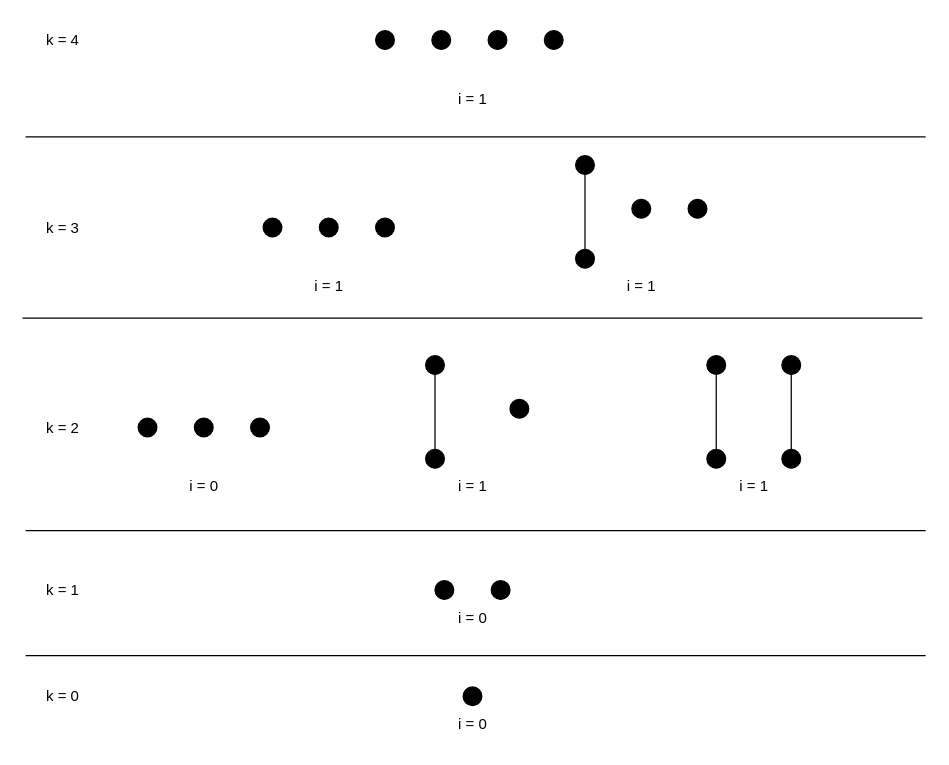
Above: tex/article/figures/backward-searchtree.drawio in JGDoerrer/selection_generator (draw.io), before the change. Source tidied: cells renumbered, new cells numbered last; positions are measured from the earlier drawing's top-left corner, leaving out a move shared by most shapes. Both pictures are drawn from the tidied source at 125%, with x=0, y=0 at pixel (21, 20).
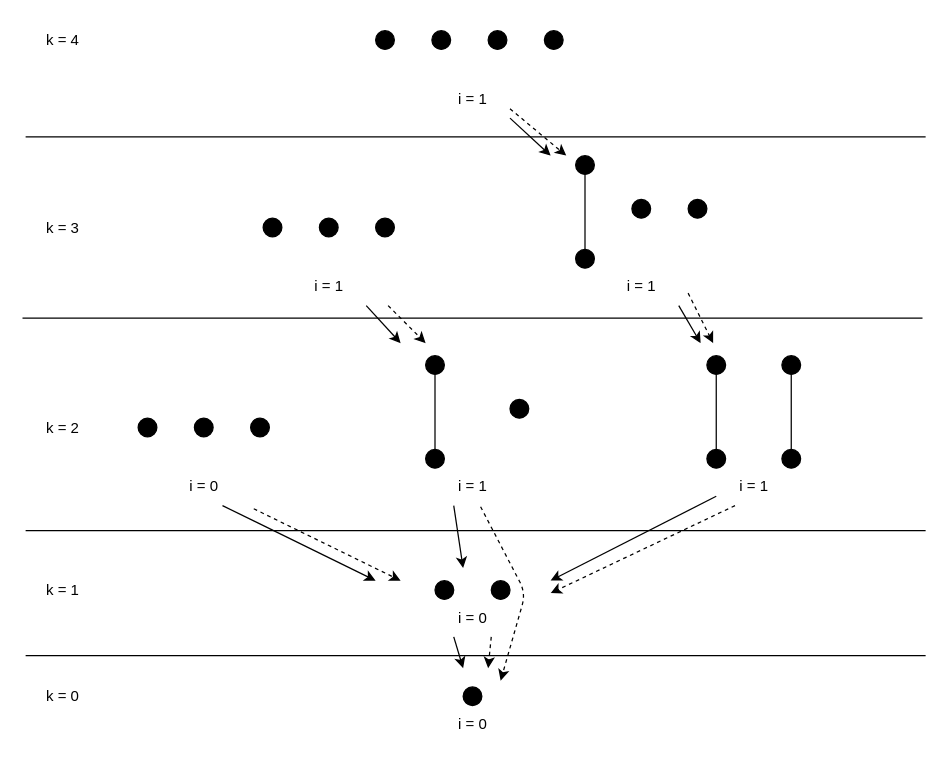
The same page after the edit.

Commit message (it also covers changes not shown here):
add algorithm-generation for backward-search

The change refers to these unchanged cells:
```xml
<mxCell id="5" value="i = 0" style="text;html=1;align=center;verticalAlign=middle;whiteSpace=wrap;rounded=0;strokeColor=none;" parent="1" vertex="1">
  <mxGeometry x="330.5" y="463" width="60" height="30" as="geometry" />
</mxCell>
<mxCell id="12" value="i = 0" style="text;html=1;align=center;verticalAlign=middle;whiteSpace=wrap;rounded=0;strokeColor=none;" parent="1" vertex="1">
  <mxGeometry x="115.5" y="358" width="60" height="30" as="geometry" />
</mxCell>
<mxCell id="15" value="i = 1" style="text;html=1;align=center;verticalAlign=middle;whiteSpace=wrap;rounded=0;strokeColor=none;" parent="1" vertex="1">
  <mxGeometry x="330.5" y="358" width="60" height="30" as="geometry" />
</mxCell>
<mxCell id="18" value="i = 1" style="text;html=1;align=center;verticalAlign=middle;whiteSpace=wrap;rounded=0;strokeColor=none;" parent="1" vertex="1">
  <mxGeometry x="555.5" y="358" width="60" height="30" as="geometry" />
</mxCell>
<mxCell id="30" value="i = 1" style="text;html=1;align=center;verticalAlign=middle;whiteSpace=wrap;rounded=0;strokeColor=none;" parent="1" vertex="1">
  <mxGeometry x="215.5" y="198" width="60" height="30" as="geometry" />
</mxCell>
<mxCell id="34" value="i = 1" style="text;html=1;align=center;verticalAlign=middle;whiteSpace=wrap;rounded=0;strokeColor=none;" parent="1" vertex="1">
  <mxGeometry x="465.5" y="198" width="60" height="30" as="geometry" />
</mxCell>
<mxCell id="40" value="i = 1" style="text;html=1;align=center;verticalAlign=middle;whiteSpace=wrap;rounded=0;strokeColor=none;" parent="1" vertex="1">
  <mxGeometry x="330.5" y="48" width="60" height="30" as="geometry" />
</mxCell>
```

Diff of the diagram source:
```diff
@@
+    <mxCell id="47" style="endArrow=classic;html=1;exitX=1;exitY=1;exitDx=0;exitDy=0;" parent="1" edge="1" source="40">
+      <mxGeometry relative="1" as="geometry">
+        <mxPoint x="423" y="108" as="targetPoint" />
+      </mxGeometry>
+    </mxCell>
+    <mxCell id="48" style="endArrow=classic;html=1;exitX=1;exitY=1;exitDx=0;exitDy=0;" parent="1" edge="1" source="30">
+      <mxGeometry relative="1" as="geometry">
+        <mxPoint x="303" y="258" as="targetPoint" />
+      </mxGeometry>
+    </mxCell>
+    <mxCell id="49" style="endArrow=classic;html=1;exitX=1;exitY=1;exitDx=0;exitDy=0;" parent="1" edge="1" source="34">
+      <mxGeometry relative="1" as="geometry">
+        <mxPoint x="543" y="258" as="targetPoint" />
+      </mxGeometry>
+    </mxCell>
+    <mxCell id="50" style="endArrow=classic;html=1;exitX=0.75;exitY=1;exitDx=0;exitDy=0;" parent="1" edge="1" source="12">
+      <mxGeometry relative="1" as="geometry">
+        <mxPoint x="283" y="448" as="targetPoint" />
+      </mxGeometry>
+    </mxCell>
+    <mxCell id="51" style="endArrow=classic;html=1;exitX=0.25;exitY=1;exitDx=0;exitDy=0;" parent="1" edge="1" source="15">
+      <mxGeometry relative="1" as="geometry">
+        <mxPoint x="353" y="438" as="targetPoint" />
+      </mxGeometry>
+    </mxCell>
+    <mxCell id="52" style="endArrow=classic;html=1;exitX=0;exitY=0.75;exitDx=0;exitDy=0;" parent="1" edge="1" source="18">
+      <mxGeometry relative="1" as="geometry">
+        <mxPoint x="423" y="448" as="targetPoint" />
+      </mxGeometry>
+    </mxCell>
+    <mxCell id="53" style="endArrow=classic;html=1;exitX=0.25;exitY=1;exitDx=0;exitDy=0;" parent="1" edge="1" source="5">
+      <mxGeometry relative="1" as="geometry">
+        <mxPoint x="353" y="518" as="targetPoint" />
+      </mxGeometry>
+    </mxCell>
+    <mxCell id="54" style="endArrow=classic;html=1;dashed=1;exitX=0.75;exitY=1;exitDx=0;exitDy=0;" parent="1" edge="1" source="5">
+      <mxGeometry relative="1" as="geometry">
+        <mxPoint x="373" y="518" as="targetPoint" />
+      </mxGeometry>
+    </mxCell>
+    <mxCell id="55" style="endArrow=classic;html=1;dashed=1;exitX=0.608;exitY=1.029;exitDx=0;exitDy=0;exitPerimeter=0;" parent="1" edge="1" source="15">
+      <mxGeometry relative="1" as="geometry">
+        <mxPoint x="383" y="528" as="targetPoint" />
+        <Array as="points">
+          <mxPoint x="403" y="458" />
+        </Array>
+      </mxGeometry>
+    </mxCell>
+    <mxCell id="56" style="endArrow=classic;html=1;dashed=1;exitX=1;exitY=0.75;exitDx=0;exitDy=0;" parent="1" edge="1">
+      <mxGeometry relative="1" as="geometry">
+        <mxPoint x="185.5" y="390.5" as="sourcePoint" />
+        <mxPoint x="303" y="448" as="targetPoint" />
+      </mxGeometry>
+    </mxCell>
+    <mxCell id="57" style="endArrow=classic;html=1;dashed=1;exitX=0.25;exitY=1;exitDx=0;exitDy=0;" parent="1" edge="1" source="18">
+      <mxGeometry relative="1" as="geometry">
+        <mxPoint x="423" y="458" as="targetPoint" />
+      </mxGeometry>
+    </mxCell>
+    <mxCell id="58" style="endArrow=classic;html=1;dashed=1;" parent="1" edge="1">
+      <mxGeometry relative="1" as="geometry">
+        <mxPoint x="533" y="218" as="sourcePoint" />
+        <mxPoint x="553" y="258" as="targetPoint" />
+      </mxGeometry>
+    </mxCell>
+    <mxCell id="59" style="endArrow=classic;html=1;dashed=1;" parent="1" edge="1">
+      <mxGeometry relative="1" as="geometry">
+        <mxPoint x="293" y="228" as="sourcePoint" />
+        <mxPoint x="323" y="258" as="targetPoint" />
+      </mxGeometry>
+    </mxCell>
+    <mxCell id="60" style="endArrow=classic;html=1;dashed=1;exitX=1;exitY=0.75;exitDx=0;exitDy=0;" parent="1" edge="1" source="40">
+      <mxGeometry relative="1" as="geometry">
+        <mxPoint x="435.5" y="108" as="targetPoint" />
+      </mxGeometry>
+    </mxCell>
```
